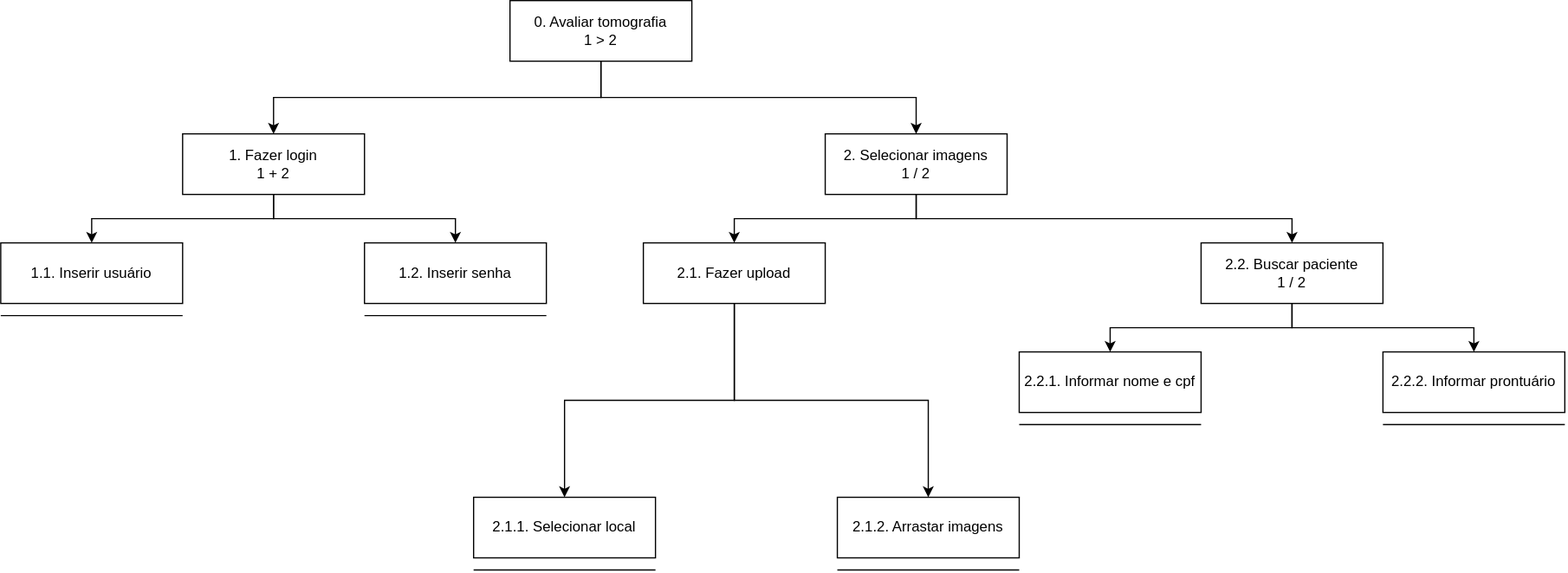
Before: assets/05_tarefas/hta_t01.svg, a diagram exported from draw.io (carvalhosmari/CC8122-Projeto). Source tidied: cells renumbered, new cells last; positions are measured from the earlier drawing's top-left corner, leaving out a move shared by most shapes.
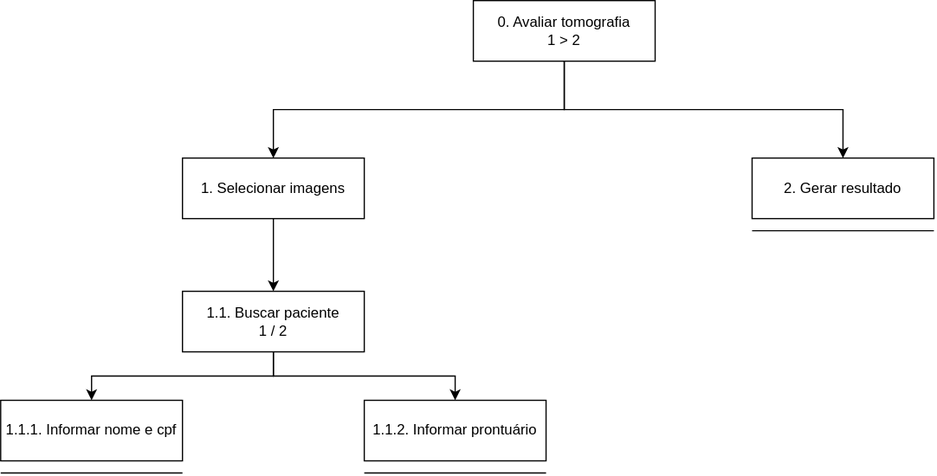
The same file after the commit.

Change to the diagram source:
```diff
@@ -2,75 +2,26 @@
   <root>
     <mxCell id="0" />
     <mxCell id="1" parent="0" />
-    <mxCell id="2" style="edgeStyle=orthogonalEdgeStyle;rounded=0;jettySize=auto;html=1;exitX=0.5;exitY=1;exitDx=0;exitDy=0;entryX=0.5;entryY=0;entryDx=0;entryDy=0;" parent="1" edge="1" source="4" target="7">
-      <mxGeometry relative="1" as="geometry" />
-    </mxCell>
     <mxCell id="3" style="edgeStyle=orthogonalEdgeStyle;rounded=0;jettySize=auto;html=1;exitX=0.5;exitY=1;exitDx=0;exitDy=0;entryX=0.5;entryY=0;entryDx=0;entryDy=0;" parent="1" edge="1" source="4" target="8">
       <mxGeometry relative="1" as="geometry" />
     </mxCell>
+    <mxCell id="29" style="edgeStyle=orthogonalEdgeStyle;rounded=0;jettySize=auto;html=1;exitX=0.5;exitY=1;exitDx=0;exitDy=0;entryX=0.5;entryY=0;entryDx=0;entryDy=0;defaultLabelBackgroundColor=page;" parent="1" edge="1" source="4" target="30">
+      <mxGeometry relative="1" as="geometry" />
+    </mxCell>
     <mxCell id="4" value="0. Avaliar tomografia&lt;div&gt;1 &amp;gt; 2&lt;/div&gt;" style="rounded=0;whiteSpace=wrap;html=1;" parent="1" vertex="1">
-      <mxGeometry x="420" width="150" height="50" as="geometry" />
+      <mxGeometry x="1230" y="-40" width="150" height="50" as="geometry" />
     </mxCell>
-    <mxCell id="5" style="edgeStyle=orthogonalEdgeStyle;rounded=0;jettySize=auto;html=1;exitX=0.5;exitY=1;exitDx=0;exitDy=0;entryX=0.5;entryY=0;entryDx=0;entryDy=0;" parent="1" edge="1" source="7" target="9">
-      <mxGeometry relative="1" as="geometry" />
-    </mxCell>
-    <mxCell id="6" style="edgeStyle=orthogonalEdgeStyle;rounded=0;jettySize=auto;html=1;exitX=0.5;exitY=1;exitDx=0;exitDy=0;entryX=0.5;entryY=0;entryDx=0;entryDy=0;" parent="1" edge="1" source="7" target="10">
-      <mxGeometry relative="1" as="geometry" />
-    </mxCell>
-    <mxCell id="7" value="1. Fazer login&lt;br&gt;1 + 2" style="rounded=0;whiteSpace=wrap;html=1;" parent="1" vertex="1">
-      <mxGeometry x="150" y="110" width="150" height="50" as="geometry" />
-    </mxCell>
-    <mxCell id="8" value="2. Selecionar imagens&lt;br&gt;1 / 2" style="rounded=0;whiteSpace=wrap;html=1;" parent="1" vertex="1">
-      <mxGeometry x="680" y="110" width="150" height="50" as="geometry" />
+    <mxCell id="8" value="1. Selecionar imagens" style="rounded=0;whiteSpace=wrap;html=1;" parent="1" vertex="1">
+      <mxGeometry x="990" y="90" width="150" height="50" as="geometry" />
     </mxCell>
-    <mxCell id="9" value="1.1. Inserir usuário" style="rounded=0;whiteSpace=wrap;html=1;" parent="1" vertex="1">
-      <mxGeometry y="200" width="150" height="50" as="geometry" />
-    </mxCell>
-    <mxCell id="10" value="1.2. Inserir senha" style="rounded=0;whiteSpace=wrap;html=1;" parent="1" vertex="1">
-      <mxGeometry x="300" y="200" width="150" height="50" as="geometry" />
-    </mxCell>
-    <mxCell id="11" style="endArrow=none;html=1;rounded=0;" parent="1" edge="1">
-      <mxGeometry relative="1" as="geometry">
-        <mxPoint y="260" as="sourcePoint" />
-        <mxPoint x="150" y="260" as="targetPoint" />
-      </mxGeometry>
-    </mxCell>
-    <mxCell id="12" style="edgeStyle=orthogonalEdgeStyle;rounded=0;jettySize=auto;html=1;exitX=0.5;exitY=1;exitDx=0;exitDy=0;entryX=0.5;entryY=0;entryDx=0;entryDy=0;" parent="1" edge="1" target="16">
-      <mxGeometry relative="1" as="geometry">
-        <mxPoint x="755" y="160" as="sourcePoint" />
-        <Array as="points">
-          <mxPoint x="755" y="180" />
-          <mxPoint x="605" y="180" />
-        </Array>
-      </mxGeometry>
-    </mxCell>
     <mxCell id="13" style="edgeStyle=orthogonalEdgeStyle;rounded=0;jettySize=auto;html=1;exitX=0.5;exitY=1;exitDx=0;exitDy=0;entryX=0.5;entryY=0;entryDx=0;entryDy=0;" parent="1" edge="1" target="17">
       <mxGeometry relative="1" as="geometry">
-        <mxPoint x="755" y="160" as="sourcePoint" />
-        <Array as="points">
-          <mxPoint x="755" y="180" />
-          <mxPoint x="1065" y="180" />
-        </Array>
+        <mxPoint x="1065" y="140" as="sourcePoint" />
       </mxGeometry>
     </mxCell>
-    <mxCell id="14" style="edgeStyle=orthogonalEdgeStyle;rounded=0;jettySize=auto;html=1;exitX=0.5;exitY=1;exitDx=0;exitDy=0;entryX=0.5;entryY=0;entryDx=0;entryDy=0;defaultLabelBackgroundColor=page;" parent="1" edge="1" source="16" target="25">
-      <mxGeometry relative="1" as="geometry" />
-    </mxCell>
-    <mxCell id="15" style="edgeStyle=orthogonalEdgeStyle;rounded=0;jettySize=auto;html=1;exitX=0.5;exitY=1;exitDx=0;exitDy=0;entryX=0.5;entryY=0;entryDx=0;entryDy=0;defaultLabelBackgroundColor=page;" parent="1" edge="1" source="16" target="26">
-      <mxGeometry relative="1" as="geometry" />
-    </mxCell>
-    <mxCell id="16" value="2.1. Fazer upload" style="rounded=0;whiteSpace=wrap;html=1;" parent="1" vertex="1">
-      <mxGeometry x="530" y="200" width="150" height="50" as="geometry" />
-    </mxCell>
-    <mxCell id="17" value="2.2. Buscar paciente&lt;br&gt;1 / 2" style="rounded=0;whiteSpace=wrap;html=1;" parent="1" vertex="1">
+    <mxCell id="17" value="1.1. Buscar paciente&lt;br&gt;1 / 2" style="rounded=0;whiteSpace=wrap;html=1;" parent="1" vertex="1">
       <mxGeometry x="990" y="200" width="150" height="50" as="geometry" />
     </mxCell>
-    <mxCell id="18" style="endArrow=none;html=1;rounded=0;" parent="1" edge="1">
-      <mxGeometry relative="1" as="geometry">
-        <mxPoint x="300" y="260" as="sourcePoint" />
-        <mxPoint x="450" y="260" as="targetPoint" />
-      </mxGeometry>
-    </mxCell>
     <mxCell id="19" style="edgeStyle=orthogonalEdgeStyle;rounded=0;jettySize=auto;html=1;exitX=0.5;exitY=1;exitDx=0;exitDy=0;entryX=0.5;entryY=0;entryDx=0;entryDy=0;" parent="1" edge="1" target="21">
       <mxGeometry relative="1" as="geometry">
         <mxPoint x="1065" y="250" as="sourcePoint" />
@@ -89,10 +40,10 @@
         </Array>
       </mxGeometry>
     </mxCell>
-    <mxCell id="21" value="2.2.1. Informar nome e cpf" style="rounded=0;whiteSpace=wrap;html=1;" parent="1" vertex="1">
+    <mxCell id="21" value="1.1.1. Informar nome e cpf" style="rounded=0;whiteSpace=wrap;html=1;" parent="1" vertex="1">
       <mxGeometry x="840" y="290" width="150" height="50" as="geometry" />
     </mxCell>
-    <mxCell id="22" value="2.2.2. Informar prontuário" style="rounded=0;whiteSpace=wrap;html=1;" parent="1" vertex="1">
+    <mxCell id="22" value="1.1.2. Informar prontuário" style="rounded=0;whiteSpace=wrap;html=1;" parent="1" vertex="1">
       <mxGeometry x="1140" y="290" width="150" height="50" as="geometry" />
     </mxCell>
     <mxCell id="23" style="endArrow=none;html=1;rounded=0;" parent="1" edge="1">
@@ -107,23 +58,14 @@
         <mxPoint x="1290" y="350" as="targetPoint" />
       </mxGeometry>
     </mxCell>
-    <mxCell id="25" value="2.1.1. Selecionar local" style="rounded=0;whiteSpace=wrap;html=1;" parent="1" vertex="1">
-      <mxGeometry x="390" y="410" width="150" height="50" as="geometry" />
-    </mxCell>
-    <mxCell id="26" value="2.1.2. Arrastar imagens" style="rounded=0;whiteSpace=wrap;html=1;" parent="1" vertex="1">
-      <mxGeometry x="690" y="410" width="150" height="50" as="geometry" />
-    </mxCell>
-    <mxCell id="27" style="endArrow=none;html=1;rounded=0;" parent="1" edge="1">
-      <mxGeometry relative="1" as="geometry">
-        <mxPoint x="390" y="470" as="sourcePoint" />
-        <mxPoint x="540" y="470" as="targetPoint" />
-      </mxGeometry>
-    </mxCell>
-    <mxCell id="28" style="endArrow=none;html=1;rounded=0;" parent="1" edge="1">
-      <mxGeometry relative="1" as="geometry">
-        <mxPoint x="690" y="470" as="sourcePoint" />
-        <mxPoint x="840" y="470" as="targetPoint" />
-      </mxGeometry>
-    </mxCell>
+    <mxCell id="30" value="2. Gerar resultado" style="rounded=0;whiteSpace=wrap;html=1;" parent="1" vertex="1">
+      <mxGeometry x="1460" y="90" width="150" height="50" as="geometry" />
+    </mxCell>
+    <mxCell id="31" style="endArrow=none;html=1;rounded=0;" parent="1" edge="1">
+      <mxGeometry relative="1" as="geometry">
+        <mxPoint x="1460" y="150" as="sourcePoint" />
+        <mxPoint x="1610" y="150" as="targetPoint" />
+      </mxGeometry>
+    </mxCell>
   </root>
 </mxGraphModel>
```
